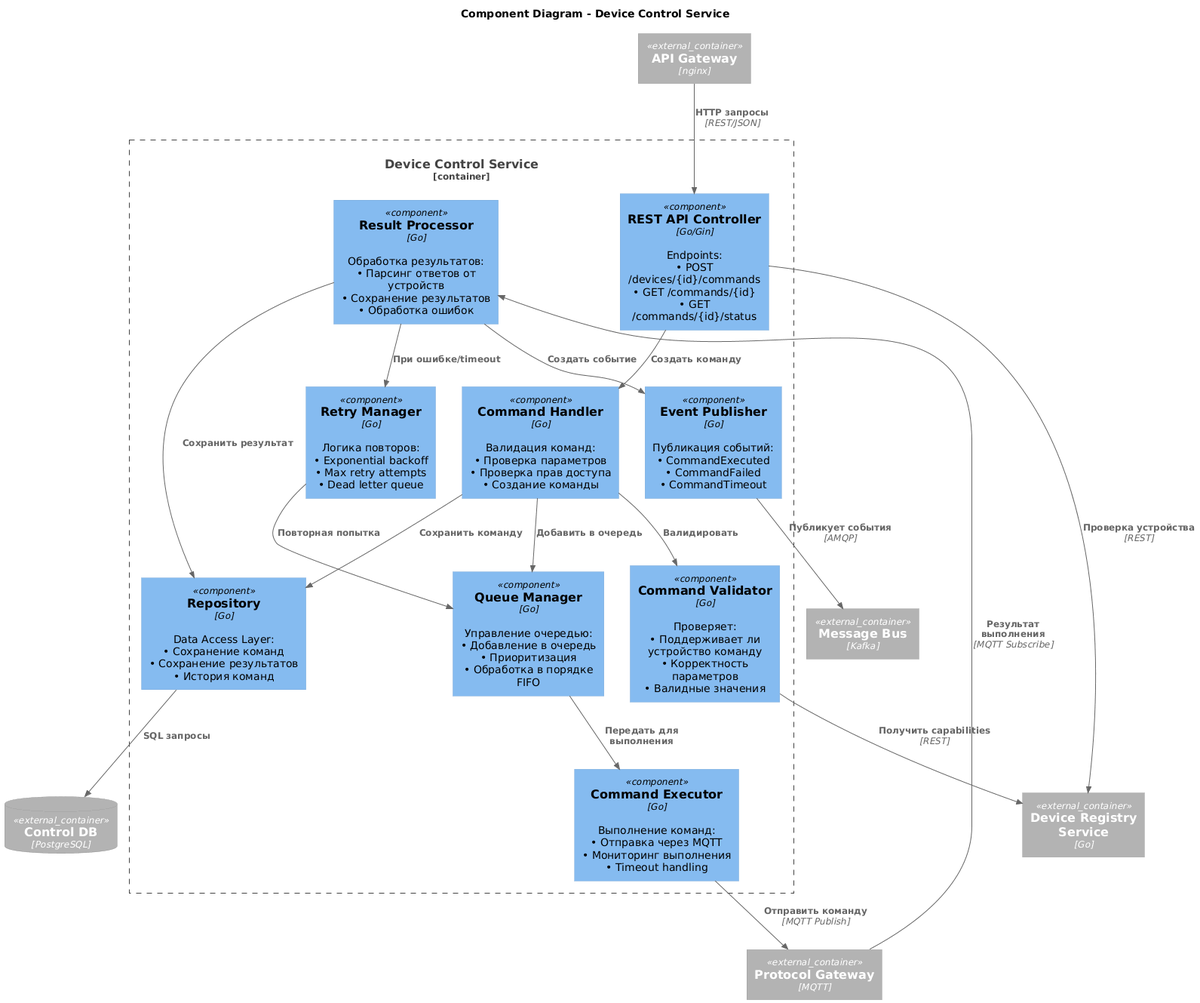
Earlier version of the PlantUML export schemas/to_be/img/device-control-service-components.png (Vrg26/pro-warmhouse).
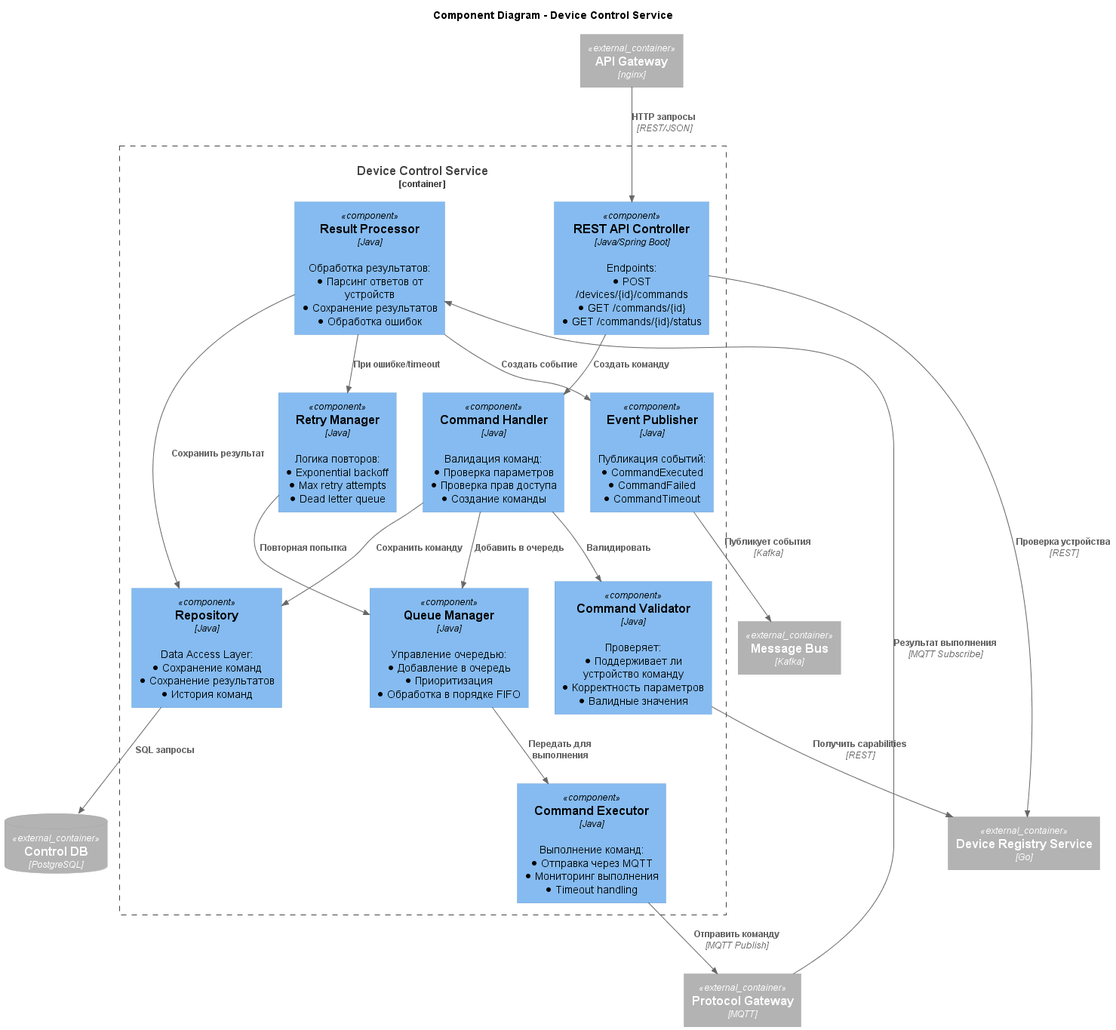
The same file after the commit.

The edit, as a diff of the source:
```diff
@@ -1,5 +1,5 @@
 @startuml
-!includeurl https://raw.githubusercontent.com/plantuml-stdlib/C4-PlantUML/master/C4_Component.puml
+!includeurl ../C4-lib/c4_Component.puml
 
 title Component Diagram - Device Control Service
 
@@ -11,27 +11,29 @@
 
 Container_Boundary(deviceControl, "Device Control Service") {
 
-    Component(restApi, "REST API Controller", "Go/Gin", "Endpoints:\n• POST /devices/{id}/commands\n• GET /commands/{id}\n• GET /commands/{id}/status")
+    Component(restApi, "REST API Controller", "Java/Spring Boot", "Endpoints:\n• POST /devices/{id}/commands\n• GET /commands/{id}\n• GET /commands/{id}/status")
 
-    Component(commandHandler, "Command Handler", "Go", "Валидация команд:\n• Проверка параметров\n• Проверка прав доступа\n• Создание команды")
+    Component(commandHandler, "Command Handler", "Java", "Валидация команд:\n• Проверка параметров\n• Проверка прав доступа\n• Создание команды")
 
-    Component(commandValidator, "Command Validator", "Go", "Проверяет:\n• Поддерживает ли устройство команду\n• Корректность параметров\n• Валидные значения")
+    Component(commandValidator, "Command Validator", "Java", "Проверяет:\n• Поддерживает ли устройство команду\n• Корректность параметров\n• Валидные значения")
 
-    Component(queueManager, "Queue Manager", "Go", "Управление очередью:\n• Добавление в очередь\n• Приоритизация\n• Обработка в порядке FIFO")
+    Component(queueManager, "Queue Manager", "Java", "Управление очередью:\n• Добавление в очередь\n• Приоритизация\n• Обработка в порядке FIFO")
 
-    Component(commandExecutor, "Command Executor", "Go", "Выполнение команд:\n• Отправка через MQTT\n• Мониторинг выполнения\n• Timeout handling")
+    Component(commandExecutor, "Command Executor", "Java", "Выполнение команд:\n• Отправка через MQTT\n• Мониторинг выполнения\n• Timeout handling")
 
-    Component(resultProcessor, "Result Processor", "Go", "Обработка результатов:\n• Парсинг ответов от устройств\n• Сохранение результатов\n• Обработка ошибок")
+    Component(resultProcessor, "Result Processor", "Java", "Обработка результатов:\n• Парсинг ответов от устройств\n• Сохранение результатов\n• Обработка ошибок")
 
-    Component(retryManager, "Retry Manager", "Go", "Логика повторов:\n• Exponential backoff\n• Max retry attempts\n• Dead letter queue")
+    Component(retryManager, "Retry Manager", "Java", "Логика повторов:\n• Exponential backoff\n• Max retry attempts\n• Dead letter queue")
 
-    Component(eventPublisher, "Event Publisher", "Go", "Публикация событий:\n• CommandExecuted\n• CommandFailed\n• CommandTimeout")
+    Component(eventPublisher, "Event Publisher", "Java", "Публикация событий:\n• CommandExecuted\n• CommandFailed\n• CommandTimeout")
 
-    Component(repository, "Repository", "Go", "Data Access Layer:\n• Сохранение команд\n• Сохранение результатов\n• История команд")
+    Component(repository, "Repository", "Java", "Data Access Layer:\n• Сохранение команд\n• Сохранение результатов\n• История команд")
 }
+
 
 Rel(apiGateway, restApi, "HTTP запросы", "REST/JSON")
 Rel(restApi, deviceRegistry, "Проверка устройства", "REST")
+
 
 Rel(restApi, commandHandler, "Создать команду")
 Rel(commandHandler, commandValidator, "Валидировать")
@@ -46,10 +48,13 @@
 Rel(resultProcessor, repository, "Сохранить результат")
 Rel(resultProcessor, eventPublisher, "Создать событие")
 
+
 Rel(resultProcessor, retryManager, "При ошибке/timeout")
 Rel(retryManager, queueManager, "Повторная попытка")
 
-Rel(eventPublisher, messageBus, "Публикует события", "AMQP")
+
+Rel(eventPublisher, messageBus, "Публикует события", "Kafka")
+
 
 Rel(repository, controlDb, "SQL запросы")
 @enduml
```
